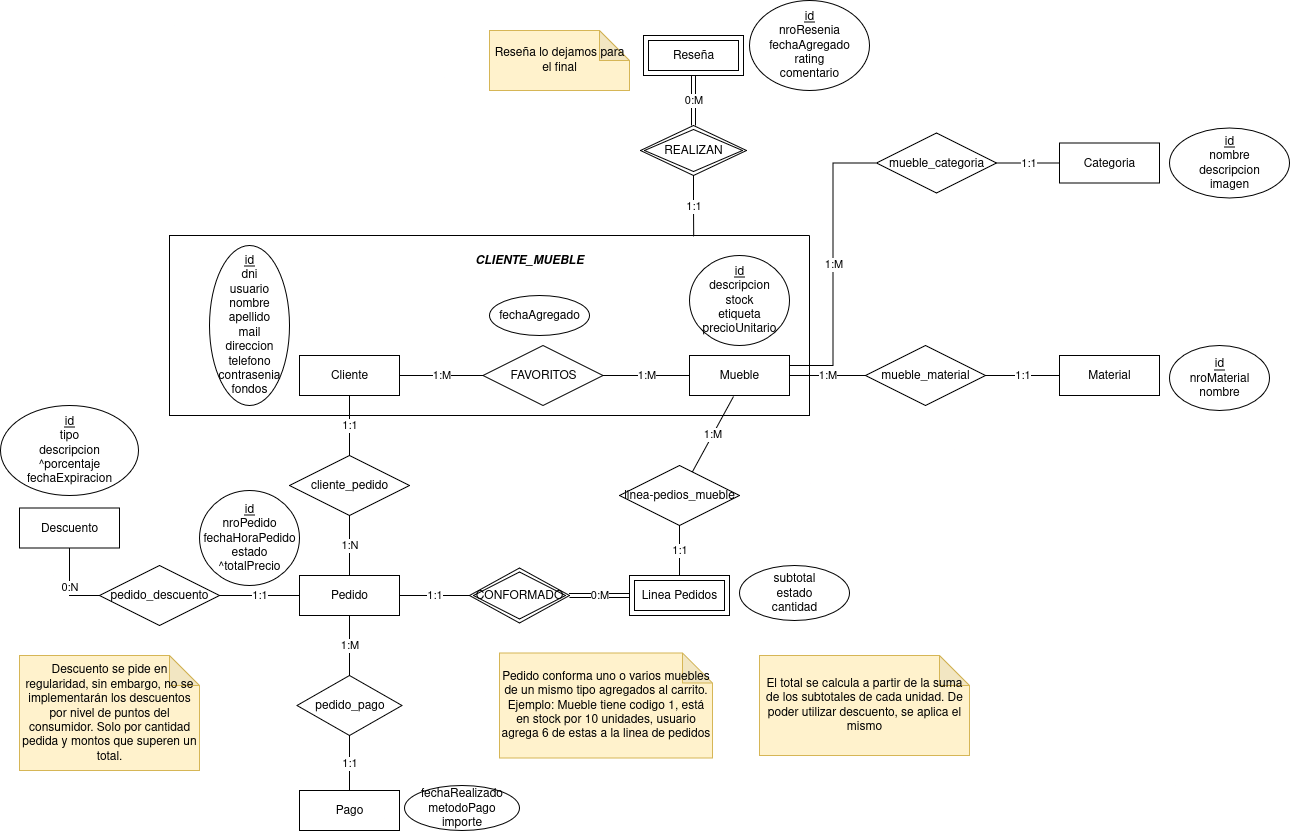
Earlier version of the draw.io export E-Commerce-DER.png (gomezAgustinVim/tpDSWproposalGomezPitavinoBertottiZajarias). Source tidied: cells renumbered, new cells last; positions are measured from the earlier drawing's top-left corner, leaving out a move shared by most shapes.
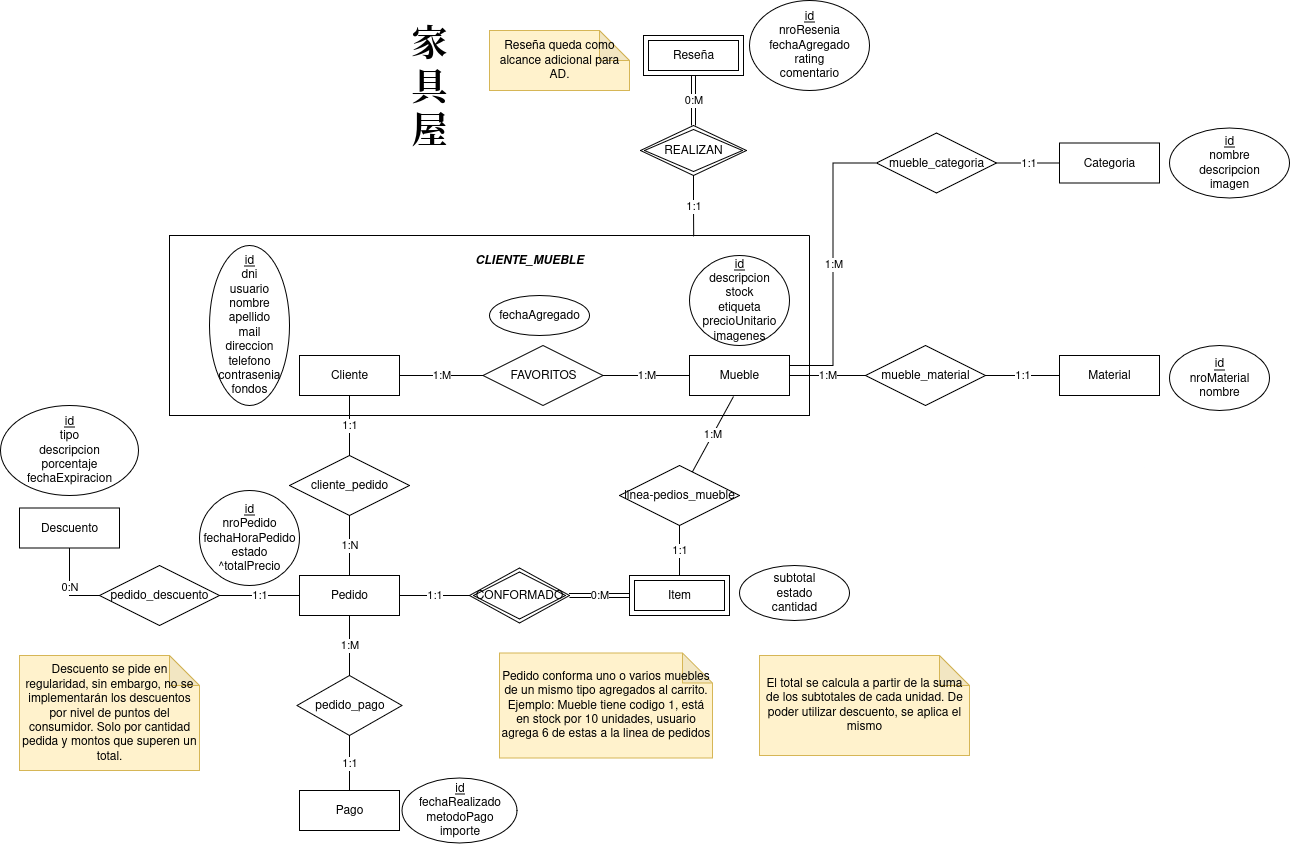
The same diagram one commit later.

Commit message:
DER actualizado

What changed in the source:
```diff
@@ -11,7 +11,7 @@
     <mxCell id="4" value="Cliente" style="whiteSpace=wrap;html=1;align=center;" parent="1" vertex="1">
       <mxGeometry x="299" y="355" width="100" height="40" as="geometry" />
     </mxCell>
-    <mxCell id="5" value="&lt;div&gt;&lt;span style=&quot;text-wrap-mode: nowrap; background-color: transparent; color: light-dark(rgb(0, 0, 0), rgb(255, 255, 255));&quot;&gt;&lt;u&gt;id&lt;/u&gt;&lt;/span&gt;&lt;/div&gt;&lt;div&gt;&lt;span style=&quot;text-wrap-mode: nowrap; background-color: transparent; color: light-dark(rgb(0, 0, 0), rgb(255, 255, 255));&quot;&gt;descripcion&lt;/span&gt;&lt;/div&gt;&lt;div style=&quot;text-wrap-mode: nowrap;&quot;&gt;&lt;span style=&quot;background-color: transparent; color: light-dark(rgb(0, 0, 0), rgb(255, 255, 255));&quot;&gt;stock&lt;/span&gt;&lt;/div&gt;&lt;div style=&quot;text-wrap-mode: nowrap;&quot;&gt;etiqueta&lt;/div&gt;&lt;div style=&quot;text-wrap-mode: nowrap;&quot;&gt;precioUnitario&lt;/div&gt;" style="ellipse;whiteSpace=wrap;html=1;align=center;" parent="1" vertex="1">
+    <mxCell id="5" value="&lt;div&gt;&lt;span style=&quot;text-wrap-mode: nowrap; background-color: transparent; color: light-dark(rgb(0, 0, 0), rgb(255, 255, 255));&quot;&gt;&lt;u&gt;id&lt;/u&gt;&lt;/span&gt;&lt;/div&gt;&lt;div&gt;&lt;span style=&quot;text-wrap-mode: nowrap; background-color: transparent; color: light-dark(rgb(0, 0, 0), rgb(255, 255, 255));&quot;&gt;descripcion&lt;/span&gt;&lt;/div&gt;&lt;div style=&quot;text-wrap-mode: nowrap;&quot;&gt;&lt;span style=&quot;background-color: transparent; color: light-dark(rgb(0, 0, 0), rgb(255, 255, 255));&quot;&gt;stock&lt;/span&gt;&lt;/div&gt;&lt;div style=&quot;text-wrap-mode: nowrap;&quot;&gt;etiqueta&lt;/div&gt;&lt;div style=&quot;text-wrap-mode: nowrap;&quot;&gt;precioUnitario&lt;/div&gt;&lt;div style=&quot;text-wrap-mode: nowrap;&quot;&gt;imagenes&lt;/div&gt;" style="ellipse;whiteSpace=wrap;html=1;align=center;" parent="1" vertex="1">
       <mxGeometry x="689" y="255" width="100" height="90" as="geometry" />
     </mxCell>
     <mxCell id="6" value="Mueble" style="whiteSpace=wrap;html=1;align=center;" parent="1" vertex="1">
@@ -107,7 +107,7 @@
     <mxCell id="36" value="0:M" style="edgeStyle=orthogonalEdgeStyle;rounded=0;jettySize=auto;html=1;endArrow=none;endFill=1;startFill=0;shape=link;" parent="1" edge="1" source="37" target="39">
       <mxGeometry relative="1" as="geometry" />
     </mxCell>
-    <mxCell id="37" value="Linea Pedidos" style="shape=ext;margin=3;double=1;whiteSpace=wrap;html=1;align=center;" parent="1" vertex="1">
+    <mxCell id="37" value="Item" style="shape=ext;margin=3;double=1;whiteSpace=wrap;html=1;align=center;" parent="1" vertex="1">
       <mxGeometry x="629" y="575" width="100" height="40" as="geometry" />
     </mxCell>
     <mxCell id="38" value="1:1" style="edgeStyle=orthogonalEdgeStyle;rounded=0;jettySize=auto;html=1;endArrow=none;endFill=1;startFill=0;" parent="1" edge="1" source="39" target="31">
@@ -128,8 +128,8 @@
     <mxCell id="43" value="Pago" style="whiteSpace=wrap;html=1;align=center;" parent="1" vertex="1">
       <mxGeometry x="299" y="790" width="100" height="40" as="geometry" />
     </mxCell>
-    <mxCell id="44" value="&lt;div&gt;fechaRealizado&lt;/div&gt;&lt;div&gt;metodoPago&lt;/div&gt;&lt;div&gt;importe&lt;br&gt;&lt;/div&gt;" style="ellipse;whiteSpace=wrap;html=1;align=center;" parent="1" vertex="1">
-      <mxGeometry x="404" y="785" width="115" height="45" as="geometry" />
+    <mxCell id="44" value="&lt;div&gt;&lt;u&gt;id&lt;/u&gt;&lt;/div&gt;&lt;div&gt;fechaRealizado&lt;/div&gt;&lt;div&gt;metodoPago&lt;/div&gt;&lt;div&gt;importe&lt;br&gt;&lt;/div&gt;" style="ellipse;whiteSpace=wrap;html=1;align=center;" parent="1" vertex="1">
+      <mxGeometry x="401.5" y="777.5" width="115" height="65" as="geometry" />
     </mxCell>
     <mxCell id="45" value="1:1" style="edgeStyle=orthogonalEdgeStyle;rounded=0;jettySize=auto;html=1;endArrow=none;startFill=0;" parent="1" edge="1" source="46" target="43">
       <mxGeometry relative="1" as="geometry" />
@@ -146,7 +146,7 @@
     <mxCell id="49" value="Descuento" style="whiteSpace=wrap;html=1;align=center;" parent="1" vertex="1">
       <mxGeometry x="19" y="507.5" width="100" height="40" as="geometry" />
     </mxCell>
-    <mxCell id="50" value="&lt;div&gt;&lt;u&gt;id&lt;/u&gt;&lt;/div&gt;&lt;div&gt;tipo&lt;/div&gt;&lt;div&gt;descripcion&lt;/div&gt;&lt;div&gt;^porcentaje&lt;/div&gt;&lt;div&gt;fechaExpiracion&lt;/div&gt;" style="ellipse;whiteSpace=wrap;html=1;align=center;" parent="1" vertex="1">
+    <mxCell id="50" value="&lt;div&gt;&lt;u&gt;id&lt;/u&gt;&lt;/div&gt;&lt;div&gt;tipo&lt;/div&gt;&lt;div&gt;descripcion&lt;/div&gt;&lt;div&gt;porcentaje&lt;/div&gt;&lt;div&gt;fechaExpiracion&lt;/div&gt;" style="ellipse;whiteSpace=wrap;html=1;align=center;" parent="1" vertex="1">
       <mxGeometry y="405" width="138" height="90" as="geometry" />
     </mxCell>
     <mxCell id="51" value="1:1" style="edgeStyle=orthogonalEdgeStyle;rounded=0;jettySize=auto;html=1;entryX=0;entryY=0.5;entryDx=0;entryDy=0;endArrow=none;endFill=0;" parent="1" edge="1" source="52" target="31">
@@ -155,8 +155,11 @@
     <mxCell id="52" value="pedido_descuento" style="shape=rhombus;perimeter=rhombusPerimeter;whiteSpace=wrap;html=1;align=center;" parent="1" vertex="1">
       <mxGeometry x="99" y="565" width="120" height="60" as="geometry" />
     </mxCell>
-    <mxCell id="53" value="Reseña lo dejamos para el final" style="shape=note;whiteSpace=wrap;html=1;backgroundOutline=1;darkOpacity=0.05;fillColor=#fff2cc;strokeColor=#d6b656;" parent="1" vertex="1">
+    <mxCell id="53" value="Reseña queda como alcance adicional para AD." style="shape=note;whiteSpace=wrap;html=1;backgroundOutline=1;darkOpacity=0.05;fillColor=#fff2cc;strokeColor=#d6b656;" parent="1" vertex="1">
       <mxGeometry x="489" y="30" width="140" height="60" as="geometry" />
     </mxCell>
+    <mxCell id="54" value="&lt;b&gt;&lt;font style=&quot;font-size: 36px;&quot;&gt;家具屋&lt;/font&gt;&lt;/b&gt;" style="text;strokeColor=none;align=center;fillColor=none;html=1;verticalAlign=middle;whiteSpace=wrap;rounded=0;" parent="1" vertex="1">
+      <mxGeometry x="399" y="75" width="60" height="30" as="geometry" />
+    </mxCell>
   </root>
 </mxGraphModel>
```
